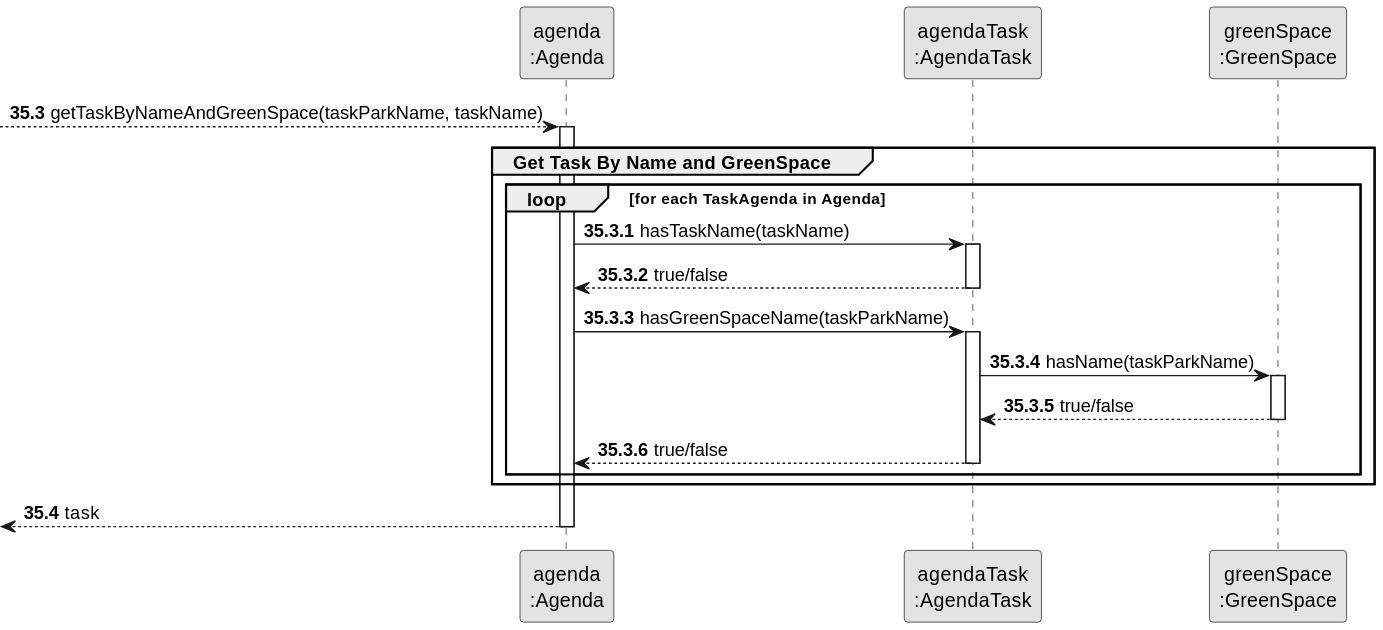
Earlier version of the PlantUML export docs/sprint3/us23/03.design/svg/us23-partial-sequence-diagram-get-task.svg (Departamento-de-Engenharia-Informatica/lei-24-s2-1db-g022).
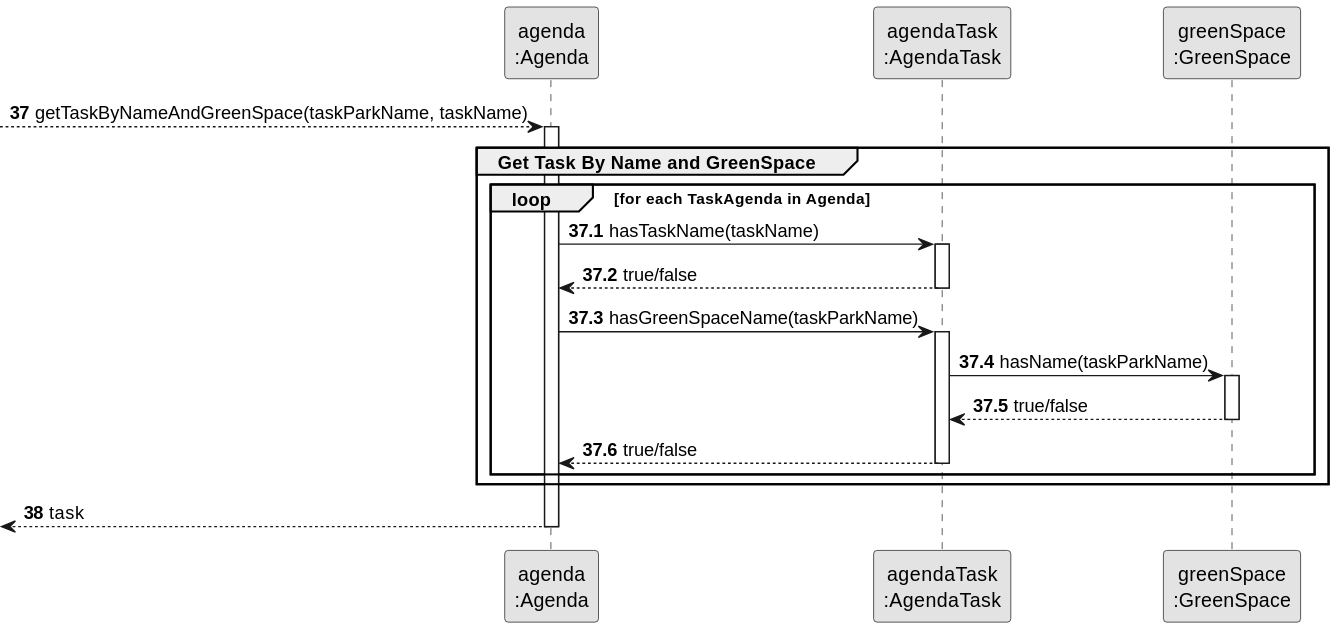
After the commit.

Commit message:
Rectification autonumber US23

The edit, as a diff of the source:
```diff
@@ -7,11 +7,11 @@
 participant "agendaTask\n:AgendaTask" as TASK
 participant "greenSpace\n:GreenSpace" as GREEN
 
-autonumber 35.3
+autonumber 37
 
 --> AGENDA : getTaskByNameAndGreenSpace(taskParkName, taskName)
 
-autonumber 35.3.1
+autonumber 37.1
 
 activate AGENDA
 
@@ -47,7 +47,7 @@
 
 end
 
-autonumber 35.4
+autonumber 38
 
 <--AGENDA : task
 
```
